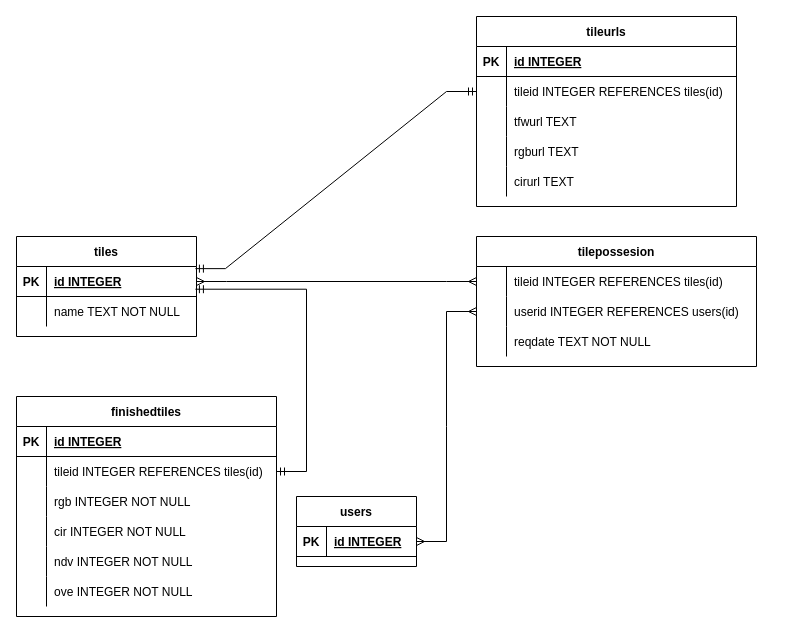
The draw.io diagram database/schema.drawio in KrisjanisP/lata-skolas-2021-viridis, before the edit. Source tidied: cells renumbered, new cells numbered last; positions are measured from the earlier drawing's top-left corner, leaving out a move shared by most shapes. Both pictures are drawn from the tidied source at 100%, with x=0, y=0 at pixel (16, 16).
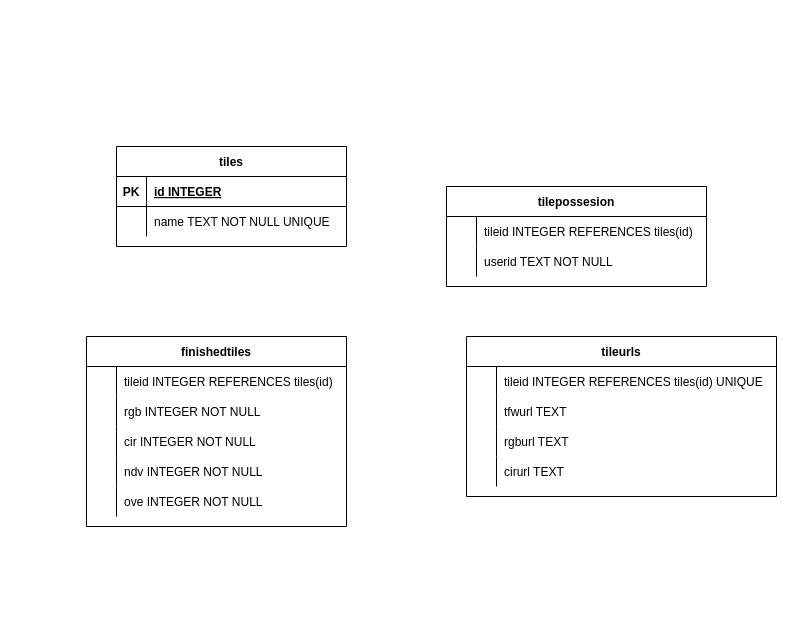
After the change.

Diff of the diagram source:
```diff
@@
     <mxCell id="4" value="tiles" style="shape=table;startSize=30;childLayout=tableLayout;rowLines=0;fontStyle=1;align=center;" parent="1" vertex="1">
-      <mxGeometry y="220" width="180" height="100" as="geometry" />
+      <mxGeometry x="100" y="130" width="230" height="100" as="geometry" />
     </mxCell>
-    <mxCell id="5" style="shape=partialRectangle;fillColor=none;points=[[0,0.5],[1,0.5]];portConstraint=eastwest;top=0;left=0;right=0;bottom=1;" parent="4" vertex="1">
-      <mxGeometry y="30" width="180" height="30" as="geometry" />
-    </mxCell>
-    <mxCell id="6" value="PK" style="shape=partialRectangle;overflow=hidden;fillColor=none;top=0;left=0;bottom=0;right=0;fontStyle=1;" parent="5" vertex="1">
-      <mxGeometry width="30" height="30" as="geometry" />
-    </mxCell>
-    <mxCell id="7" value="id INTEGER " style="shape=partialRectangle;overflow=hidden;fillColor=none;top=0;left=0;bottom=0;right=0;align=left;spacingLeft=6;fontStyle=5;" parent="5" vertex="1">
-      <mxGeometry x="30" width="150" height="30" as="geometry" />
-    </mxCell>
-    <mxCell id="8" style="shape=partialRectangle;fillColor=none;top=0;left=0;right=0;bottom=0;" parent="4" vertex="1">
-      <mxGeometry y="60" width="180" height="30" as="geometry" />
-    </mxCell>
-    <mxCell id="9" style="shape=partialRectangle;overflow=hidden;fillColor=none;top=0;left=0;bottom=0;right=0;" parent="8" vertex="1">
-      <mxGeometry width="30" height="30" as="geometry" />
-    </mxCell>
-    <mxCell id="10" value="name TEXT NOT NULL" style="shape=partialRectangle;overflow=hidden;fillColor=none;top=0;left=0;bottom=0;right=0;align=left;spacingLeft=6;" parent="8" vertex="1">
-      <mxGeometry x="30" width="150" height="30" as="geometry" />
-    </mxCell>
-    <mxCell id="11" value="users" style="shape=table;startSize=30;childLayout=tableLayout;rowLines=0;fontStyle=1;align=center;" parent="1" vertex="1">
-      <mxGeometry x="280" y="480" width="120" height="70" as="geometry" />
-    </mxCell>
-    <mxCell id="12" style="shape=partialRectangle;fillColor=none;points=[[0,0.5],[1,0.5]];portConstraint=eastwest;top=0;left=0;right=0;bottom=1;" parent="11" vertex="1">
-      <mxGeometry y="30" width="120" height="30" as="geometry" />
-    </mxCell>
-    <mxCell id="13" value="PK" style="shape=partialRectangle;overflow=hidden;fillColor=none;top=0;left=0;bottom=0;right=0;fontStyle=1;" parent="12" vertex="1">
-      <mxGeometry width="30" height="30" as="geometry" />
-    </mxCell>
-    <mxCell id="14" value="id INTEGER" style="shape=partialRectangle;overflow=hidden;fillColor=none;top=0;left=0;bottom=0;right=0;align=left;spacingLeft=6;fontStyle=5;" parent="12" vertex="1">
-      <mxGeometry x="30" width="90" height="30" as="geometry" />
-    </mxCell>
+    <mxCell id="64" style="shape=partialRectangle;fillColor=none;top=0;left=0;right=0;bottom=1;" parent="4" vertex="1">
+      <mxGeometry y="30" width="230" height="30" as="geometry" />
+    </mxCell>
+    <mxCell id="65" value="PK" style="shape=partialRectangle;overflow=hidden;fillColor=none;top=0;left=0;bottom=0;right=0;fontStyle=1;" parent="64" vertex="1">
+      <mxGeometry width="30" height="30" as="geometry" />
+    </mxCell>
+    <mxCell id="66" value="id INTEGER " style="shape=partialRectangle;overflow=hidden;fillColor=none;top=0;left=0;bottom=0;right=0;align=left;spacingLeft=6;fontStyle=5;" parent="64" vertex="1">
+      <mxGeometry x="30" width="200" height="30" as="geometry" />
+    </mxCell>
+    <mxCell id="67" style="shape=partialRectangle;fillColor=none;top=0;left=0;right=0;bottom=0;" parent="4" vertex="1">
+      <mxGeometry y="60" width="230" height="30" as="geometry" />
+    </mxCell>
+    <mxCell id="68" style="shape=partialRectangle;overflow=hidden;fillColor=none;top=0;left=0;bottom=0;right=0;" parent="67" vertex="1">
+      <mxGeometry width="30" height="30" as="geometry" />
+    </mxCell>
+    <mxCell id="69" value="name TEXT NOT NULL UNIQUE" style="shape=partialRectangle;overflow=hidden;fillColor=none;top=0;left=0;bottom=0;right=0;align=left;spacingLeft=6;" parent="67" vertex="1">
+      <mxGeometry x="30" width="200" height="30" as="geometry" />
+    </mxCell>
     <mxCell id="15" value="finishedtiles" style="shape=table;startSize=30;childLayout=tableLayout;rowLines=0;fontStyle=1;align=center;" parent="1" vertex="1">
-      <mxGeometry y="380" width="260" height="220" as="geometry" />
+      <mxGeometry x="70" y="320" width="260" height="190" as="geometry" />
     </mxCell>
-    <mxCell id="16" style="shape=partialRectangle;fillColor=none;top=0;left=0;right=0;bottom=1;" parent="15" vertex="1">
-      <mxGeometry y="30" width="260" height="30" as="geometry" />
-    </mxCell>
-    <mxCell id="17" value="PK" style="shape=partialRectangle;overflow=hidden;fillColor=none;top=0;left=0;bottom=0;right=0;fontStyle=1;" parent="16" vertex="1">
-      <mxGeometry width="30" height="30" as="geometry" />
-    </mxCell>
-    <mxCell id="18" value="id INTEGER " style="shape=partialRectangle;overflow=hidden;fillColor=none;top=0;left=0;bottom=0;right=0;align=left;spacingLeft=6;fontStyle=5;" parent="16" vertex="1">
-      <mxGeometry x="30" width="230" height="30" as="geometry" />
-    </mxCell>
-    <mxCell id="19" style="shape=partialRectangle;fillColor=none;points=[[0,0.5],[1,0.5]];portConstraint=eastwest;top=0;left=0;right=0;bottom=0;" parent="15" vertex="1">
-      <mxGeometry y="60" width="260" height="30" as="geometry" />
-    </mxCell>
-    <mxCell id="20" style="shape=partialRectangle;overflow=hidden;fillColor=none;top=0;left=0;bottom=0;right=0;" parent="19" vertex="1">
-      <mxGeometry width="30" height="30" as="geometry" />
-    </mxCell>
-    <mxCell id="21" value="tileid INTEGER REFERENCES tiles(id)" style="shape=partialRectangle;overflow=hidden;fillColor=none;top=0;left=0;bottom=0;right=0;align=left;spacingLeft=6;" parent="19" vertex="1">
-      <mxGeometry x="30" width="230" height="30" as="geometry" />
-    </mxCell>
-    <mxCell id="22" style="shape=partialRectangle;fillColor=none;top=0;left=0;right=0;bottom=0;" parent="15" vertex="1">
-      <mxGeometry y="90" width="260" height="30" as="geometry" />
-    </mxCell>
-    <mxCell id="23" style="shape=partialRectangle;overflow=hidden;fillColor=none;top=0;left=0;bottom=0;right=0;" parent="22" vertex="1">
-      <mxGeometry width="30" height="30" as="geometry" />
-    </mxCell>
+    <mxCell id="70" style="shape=partialRectangle;fillColor=none;top=0;left=0;right=0;bottom=0;" parent="15" vertex="1">
+      <mxGeometry y="30" width="260" height="30" as="geometry" />
+    </mxCell>
+    <mxCell id="71" style="shape=partialRectangle;overflow=hidden;fillColor=none;top=0;left=0;bottom=0;right=0;" parent="70" vertex="1">
+      <mxGeometry width="30" height="30" as="geometry" />
+    </mxCell>
+    <mxCell id="72" value="tileid INTEGER REFERENCES tiles(id)" style="shape=partialRectangle;overflow=hidden;fillColor=none;top=0;left=0;bottom=0;right=0;align=left;spacingLeft=6;" parent="70" vertex="1">
+      <mxGeometry x="30" width="230" height="30" as="geometry" />
+    </mxCell>
+    <mxCell id="73" style="shape=partialRectangle;fillColor=none;top=0;left=0;right=0;bottom=0;" parent="15" vertex="1">
+      <mxGeometry y="60" width="260" height="30" as="geometry" />
+    </mxCell>
+    <mxCell id="74" style="shape=partialRectangle;overflow=hidden;fillColor=none;top=0;left=0;bottom=0;right=0;" parent="73" vertex="1">
+      <mxGeometry width="30" height="30" as="geometry" />
+    </mxCell>
-    <mxCell id="24" value="rgb INTEGER NOT NULL" style="shape=partialRectangle;overflow=hidden;fillColor=none;top=0;left=0;bottom=0;right=0;align=left;spacingLeft=6;" parent="22" vertex="1">
+    <mxCell id="24" value="rgb INTEGER NOT NULL" style="shape=partialRectangle;overflow=hidden;fillColor=none;top=0;left=0;bottom=0;right=0;align=left;spacingLeft=6;" parent="73" vertex="1">
       <mxGeometry x="30" width="230" height="30" as="geometry" />
     </mxCell>
-    <mxCell id="25" style="shape=partialRectangle;fillColor=none;top=0;left=0;right=0;bottom=0;" parent="15" vertex="1">
-      <mxGeometry y="120" width="260" height="30" as="geometry" />
-    </mxCell>
-    <mxCell id="26" style="shape=partialRectangle;overflow=hidden;fillColor=none;top=0;left=0;bottom=0;right=0;" parent="25" vertex="1">
-      <mxGeometry width="30" height="30" as="geometry" />
-    </mxCell>
+    <mxCell id="75" style="shape=partialRectangle;fillColor=none;top=0;left=0;right=0;bottom=0;" parent="15" vertex="1">
+      <mxGeometry y="90" width="260" height="30" as="geometry" />
+    </mxCell>
+    <mxCell id="76" style="shape=partialRectangle;overflow=hidden;fillColor=none;top=0;left=0;bottom=0;right=0;" parent="75" vertex="1">
+      <mxGeometry width="30" height="30" as="geometry" />
+    </mxCell>
-    <mxCell id="27" value="cir INTEGER NOT NULL" style="shape=partialRectangle;overflow=hidden;fillColor=none;top=0;left=0;bottom=0;right=0;align=left;spacingLeft=6;" parent="25" vertex="1">
+    <mxCell id="27" value="cir INTEGER NOT NULL" style="shape=partialRectangle;overflow=hidden;fillColor=none;top=0;left=0;bottom=0;right=0;align=left;spacingLeft=6;" parent="75" vertex="1">
       <mxGeometry x="30" width="230" height="30" as="geometry" />
     </mxCell>
-    <mxCell id="28" style="shape=partialRectangle;fillColor=none;top=0;left=0;right=0;bottom=0;" parent="15" vertex="1">
-      <mxGeometry y="150" width="260" height="30" as="geometry" />
-    </mxCell>
-    <mxCell id="29" style="shape=partialRectangle;overflow=hidden;fillColor=none;top=0;left=0;bottom=0;right=0;" parent="28" vertex="1">
-      <mxGeometry width="30" height="30" as="geometry" />
-    </mxCell>
+    <mxCell id="77" style="shape=partialRectangle;fillColor=none;top=0;left=0;right=0;bottom=0;" parent="15" vertex="1">
+      <mxGeometry y="120" width="260" height="30" as="geometry" />
+    </mxCell>
+    <mxCell id="78" style="shape=partialRectangle;overflow=hidden;fillColor=none;top=0;left=0;bottom=0;right=0;" parent="77" vertex="1">
+      <mxGeometry width="30" height="30" as="geometry" />
+    </mxCell>
-    <mxCell id="30" value="ndv INTEGER NOT NULL" style="shape=partialRectangle;overflow=hidden;fillColor=none;top=0;left=0;bottom=0;right=0;align=left;spacingLeft=6;" parent="28" vertex="1">
+    <mxCell id="30" value="ndv INTEGER NOT NULL" style="shape=partialRectangle;overflow=hidden;fillColor=none;top=0;left=0;bottom=0;right=0;align=left;spacingLeft=6;" parent="77" vertex="1">
       <mxGeometry x="30" width="230" height="30" as="geometry" />
     </mxCell>
-    <mxCell id="31" style="shape=partialRectangle;fillColor=none;top=0;left=0;right=0;bottom=0;" parent="15" vertex="1">
-      <mxGeometry y="180" width="260" height="30" as="geometry" />
-    </mxCell>
-    <mxCell id="32" style="shape=partialRectangle;overflow=hidden;fillColor=none;top=0;left=0;bottom=0;right=0;" parent="31" vertex="1">
-      <mxGeometry width="30" height="30" as="geometry" />
-    </mxCell>
+    <mxCell id="79" style="shape=partialRectangle;fillColor=none;top=0;left=0;right=0;bottom=0;" parent="15" vertex="1">
+      <mxGeometry y="150" width="260" height="30" as="geometry" />
+    </mxCell>
+    <mxCell id="80" style="shape=partialRectangle;overflow=hidden;fillColor=none;top=0;left=0;bottom=0;right=0;" parent="79" vertex="1">
+      <mxGeometry width="30" height="30" as="geometry" />
+    </mxCell>
-    <mxCell id="33" value="ove INTEGER NOT NULL" style="shape=partialRectangle;overflow=hidden;fillColor=none;top=0;left=0;bottom=0;right=0;align=left;spacingLeft=6;" parent="31" vertex="1">
+    <mxCell id="33" value="ove INTEGER NOT NULL" style="shape=partialRectangle;overflow=hidden;fillColor=none;top=0;left=0;bottom=0;right=0;align=left;spacingLeft=6;" parent="79" vertex="1">
       <mxGeometry x="30" width="230" height="30" as="geometry" />
     </mxCell>
     <mxCell id="34" value="tilepossesion" style="shape=table;startSize=30;childLayout=tableLayout;rowLines=0;fontStyle=1;align=center;" parent="1" vertex="1">
-      <mxGeometry x="460" y="220" width="280" height="130" as="geometry" />
+      <mxGeometry x="430" y="170" width="260" height="100" as="geometry" />
     </mxCell>
-    <mxCell id="35" style="shape=partialRectangle;fillColor=none;points=[[0,0.5],[1,0.5]];portConstraint=eastwest;top=0;left=0;right=0;bottom=0;" parent="34" vertex="1">
-      <mxGeometry y="30" width="280" height="30" as="geometry" />
-    </mxCell>
-    <mxCell id="36" style="shape=partialRectangle;overflow=hidden;fillColor=none;top=0;left=0;bottom=0;right=0;" parent="35" vertex="1">
-      <mxGeometry width="30" height="30" as="geometry" />
-    </mxCell>
-    <mxCell id="37" value="tileid INTEGER REFERENCES tiles(id)" style="shape=partialRectangle;overflow=hidden;fillColor=none;top=0;left=0;bottom=0;right=0;align=left;spacingLeft=6;" parent="35" vertex="1">
-      <mxGeometry x="30" width="250" height="30" as="geometry" />
-    </mxCell>
-    <mxCell id="38" style="shape=partialRectangle;fillColor=none;points=[[0,0.5],[1,0.5]];portConstraint=eastwest;top=0;left=0;right=0;bottom=0;" parent="34" vertex="1">
-      <mxGeometry y="60" width="280" height="30" as="geometry" />
-    </mxCell>
-    <mxCell id="39" style="shape=partialRectangle;overflow=hidden;fillColor=none;top=0;left=0;bottom=0;right=0;" parent="38" vertex="1">
-      <mxGeometry width="30" height="30" as="geometry" />
-    </mxCell>
-    <mxCell id="40" value="userid INTEGER REFERENCES users(id)" style="shape=partialRectangle;overflow=hidden;fillColor=none;top=0;left=0;bottom=0;right=0;align=left;spacingLeft=6;" parent="38" vertex="1">
-      <mxGeometry x="30" width="250" height="30" as="geometry" />
-    </mxCell>
-    <mxCell id="41" style="shape=partialRectangle;fillColor=none;top=0;left=0;right=0;bottom=0;" parent="34" vertex="1">
-      <mxGeometry y="90" width="280" height="30" as="geometry" />
-    </mxCell>
-    <mxCell id="42" style="shape=partialRectangle;overflow=hidden;fillColor=none;top=0;left=0;bottom=0;right=0;" parent="41" vertex="1">
-      <mxGeometry width="30" height="30" as="geometry" />
-    </mxCell>
-    <mxCell id="43" value="reqdate TEXT NOT NULL" style="shape=partialRectangle;overflow=hidden;fillColor=none;top=0;left=0;bottom=0;right=0;align=left;spacingLeft=6;" parent="41" vertex="1">
-      <mxGeometry x="30" width="250" height="30" as="geometry" />
-    </mxCell>
+    <mxCell id="81" style="shape=partialRectangle;fillColor=none;top=0;left=0;right=0;bottom=0;" parent="34" vertex="1">
+      <mxGeometry y="30" width="260" height="30" as="geometry" />
+    </mxCell>
+    <mxCell id="82" style="shape=partialRectangle;overflow=hidden;fillColor=none;top=0;left=0;bottom=0;right=0;" parent="81" vertex="1">
+      <mxGeometry width="30" height="30" as="geometry" />
+    </mxCell>
+    <mxCell id="83" value="tileid INTEGER REFERENCES tiles(id)" style="shape=partialRectangle;overflow=hidden;fillColor=none;top=0;left=0;bottom=0;right=0;align=left;spacingLeft=6;" parent="81" vertex="1">
+      <mxGeometry x="30" width="230" height="30" as="geometry" />
+    </mxCell>
+    <mxCell id="84" style="shape=partialRectangle;fillColor=none;top=0;left=0;right=0;bottom=0;" parent="34" vertex="1">
+      <mxGeometry y="60" width="260" height="30" as="geometry" />
+    </mxCell>
+    <mxCell id="85" style="shape=partialRectangle;overflow=hidden;fillColor=none;top=0;left=0;bottom=0;right=0;" parent="84" vertex="1">
+      <mxGeometry width="30" height="30" as="geometry" />
+    </mxCell>
+    <mxCell id="86" value="userid TEXT NOT NULL" style="shape=partialRectangle;overflow=hidden;fillColor=none;top=0;left=0;bottom=0;right=0;align=left;spacingLeft=6;" parent="84" vertex="1">
+      <mxGeometry x="30" width="230" height="30" as="geometry" />
+    </mxCell>
     <mxCell id="44" value="tileurls" style="shape=table;startSize=30;childLayout=tableLayout;rowLines=0;fontStyle=1;align=center;" parent="1" vertex="1">
-      <mxGeometry x="460" width="260" height="190" as="geometry" />
+      <mxGeometry x="450" y="320" width="310" height="160" as="geometry" />
     </mxCell>
-    <mxCell id="45" style="shape=partialRectangle;fillColor=none;top=0;left=0;right=0;bottom=1;" parent="44" vertex="1">
-      <mxGeometry y="30" width="260" height="30" as="geometry" />
-    </mxCell>
-    <mxCell id="46" value="PK" style="shape=partialRectangle;overflow=hidden;fillColor=none;top=0;left=0;bottom=0;right=0;fontStyle=1;" parent="45" vertex="1">
-      <mxGeometry width="30" height="30" as="geometry" />
-    </mxCell>
-    <mxCell id="47" value="id INTEGER " style="shape=partialRectangle;overflow=hidden;fillColor=none;top=0;left=0;bottom=0;right=0;align=left;spacingLeft=6;fontStyle=5;" parent="45" vertex="1">
-      <mxGeometry x="30" width="230" height="30" as="geometry" />
-    </mxCell>
-    <mxCell id="48" style="shape=partialRectangle;fillColor=none;points=[[0,0.5],[1,0.5]];portConstraint=eastwest;top=0;left=0;right=0;bottom=0;" parent="44" vertex="1">
-      <mxGeometry y="60" width="260" height="30" as="geometry" />
-    </mxCell>
-    <mxCell id="49" style="shape=partialRectangle;overflow=hidden;fillColor=none;top=0;left=0;bottom=0;right=0;" parent="48" vertex="1">
-      <mxGeometry width="30" height="30" as="geometry" />
-    </mxCell>
-    <mxCell id="50" value="tileid INTEGER REFERENCES tiles(id)" style="shape=partialRectangle;overflow=hidden;fillColor=none;top=0;left=0;bottom=0;right=0;align=left;spacingLeft=6;" parent="48" vertex="1">
-      <mxGeometry x="30" width="230" height="30" as="geometry" />
-    </mxCell>
-    <mxCell id="51" style="shape=partialRectangle;fillColor=none;top=0;left=0;right=0;bottom=0;" parent="44" vertex="1">
-      <mxGeometry y="90" width="260" height="30" as="geometry" />
-    </mxCell>
-    <mxCell id="52" style="shape=partialRectangle;overflow=hidden;fillColor=none;top=0;left=0;bottom=0;right=0;" parent="51" vertex="1">
-      <mxGeometry width="30" height="30" as="geometry" />
-    </mxCell>
+    <mxCell id="87" style="shape=partialRectangle;fillColor=none;top=0;left=0;right=0;bottom=0;" parent="44" vertex="1">
+      <mxGeometry y="30" width="310" height="30" as="geometry" />
+    </mxCell>
+    <mxCell id="88" style="shape=partialRectangle;overflow=hidden;fillColor=none;top=0;left=0;bottom=0;right=0;" parent="87" vertex="1">
+      <mxGeometry width="30" height="30" as="geometry" />
+    </mxCell>
+    <mxCell id="89" value="tileid INTEGER REFERENCES tiles(id) UNIQUE" style="shape=partialRectangle;overflow=hidden;fillColor=none;top=0;left=0;bottom=0;right=0;align=left;spacingLeft=6;" parent="87" vertex="1">
+      <mxGeometry x="30" width="280" height="30" as="geometry" />
+    </mxCell>
+    <mxCell id="90" style="shape=partialRectangle;fillColor=none;top=0;left=0;right=0;bottom=0;" parent="44" vertex="1">
+      <mxGeometry y="60" width="310" height="30" as="geometry" />
+    </mxCell>
+    <mxCell id="91" style="shape=partialRectangle;overflow=hidden;fillColor=none;top=0;left=0;bottom=0;right=0;" parent="90" vertex="1">
+      <mxGeometry width="30" height="30" as="geometry" />
+    </mxCell>
-    <mxCell id="53" value="tfwurl TEXT" style="shape=partialRectangle;overflow=hidden;fillColor=none;top=0;left=0;bottom=0;right=0;align=left;spacingLeft=6;" parent="51" vertex="1">
-      <mxGeometry x="30" width="230" height="30" as="geometry" />
+    <mxCell id="53" value="tfwurl TEXT" style="shape=partialRectangle;overflow=hidden;fillColor=none;top=0;left=0;bottom=0;right=0;align=left;spacingLeft=6;" parent="90" vertex="1">
+      <mxGeometry x="30" width="280" height="30" as="geometry" />
     </mxCell>
-    <mxCell id="54" style="shape=partialRectangle;fillColor=none;top=0;left=0;right=0;bottom=0;" parent="44" vertex="1">
-      <mxGeometry y="120" width="260" height="30" as="geometry" />
-    </mxCell>
-    <mxCell id="55" style="shape=partialRectangle;overflow=hidden;fillColor=none;top=0;left=0;bottom=0;right=0;" parent="54" vertex="1">
-      <mxGeometry width="30" height="30" as="geometry" />
-    </mxCell>
+    <mxCell id="92" style="shape=partialRectangle;fillColor=none;top=0;left=0;right=0;bottom=0;" parent="44" vertex="1">
+      <mxGeometry y="90" width="310" height="30" as="geometry" />
+    </mxCell>
+    <mxCell id="93" style="shape=partialRectangle;overflow=hidden;fillColor=none;top=0;left=0;bottom=0;right=0;" parent="92" vertex="1">
+      <mxGeometry width="30" height="30" as="geometry" />
+    </mxCell>
-    <mxCell id="56" value="rgburl TEXT" style="shape=partialRectangle;overflow=hidden;fillColor=none;top=0;left=0;bottom=0;right=0;align=left;spacingLeft=6;" parent="54" vertex="1">
-      <mxGeometry x="30" width="230" height="30" as="geometry" />
+    <mxCell id="56" value="rgburl TEXT" style="shape=partialRectangle;overflow=hidden;fillColor=none;top=0;left=0;bottom=0;right=0;align=left;spacingLeft=6;" parent="92" vertex="1">
+      <mxGeometry x="30" width="280" height="30" as="geometry" />
     </mxCell>
-    <mxCell id="57" style="shape=partialRectangle;fillColor=none;top=0;left=0;right=0;bottom=0;" parent="44" vertex="1">
-      <mxGeometry y="150" width="260" height="30" as="geometry" />
-    </mxCell>
-    <mxCell id="58" style="shape=partialRectangle;overflow=hidden;fillColor=none;top=0;left=0;bottom=0;right=0;" parent="57" vertex="1">
-      <mxGeometry width="30" height="30" as="geometry" />
-    </mxCell>
+    <mxCell id="94" style="shape=partialRectangle;fillColor=none;top=0;left=0;right=0;bottom=0;" parent="44" vertex="1">
+      <mxGeometry y="120" width="310" height="30" as="geometry" />
+    </mxCell>
+    <mxCell id="95" style="shape=partialRectangle;overflow=hidden;fillColor=none;top=0;left=0;bottom=0;right=0;" parent="94" vertex="1">
+      <mxGeometry width="30" height="30" as="geometry" />
+    </mxCell>
-    <mxCell id="59" value="cirurl TEXT" style="shape=partialRectangle;overflow=hidden;fillColor=none;top=0;left=0;bottom=0;right=0;align=left;spacingLeft=6;" parent="57" vertex="1">
-      <mxGeometry x="30" width="230" height="30" as="geometry" />
+    <mxCell id="59" value="cirurl TEXT" style="shape=partialRectangle;overflow=hidden;fillColor=none;top=0;left=0;bottom=0;right=0;align=left;spacingLeft=6;" parent="94" vertex="1">
+      <mxGeometry x="30" width="280" height="30" as="geometry" />
     </mxCell>
-    <mxCell id="60" style="edgeStyle=entityRelationEdgeStyle;fontSize=12;html=1;endArrow=ERmandOne;startArrow=ERmandOne;rounded=0;entryX=0;entryY=0.5;entryDx=0;entryDy=0;exitX=0.994;exitY=0.071;exitDx=0;exitDy=0;exitPerimeter=0;" parent="1" edge="1" source="5" target="48">
-      <mxGeometry relative="1" as="geometry" />
-    </mxCell>
-    <mxCell id="61" style="edgeStyle=entityRelationEdgeStyle;fontSize=12;html=1;endArrow=ERmany;startArrow=ERmany;rounded=0;exitX=1;exitY=0.5;exitDx=0;exitDy=0;entryX=0;entryY=0.5;entryDx=0;entryDy=0;" parent="1" edge="1" source="12" target="38">
-      <mxGeometry relative="1" as="geometry" />
-    </mxCell>
-    <mxCell id="62" style="edgeStyle=entityRelationEdgeStyle;fontSize=12;html=1;endArrow=ERmany;startArrow=ERmany;rounded=0;entryX=0;entryY=0.5;entryDx=0;entryDy=0;exitX=1;exitY=0.5;exitDx=0;exitDy=0;" parent="1" edge="1" source="5" target="35">
-      <mxGeometry relative="1" as="geometry" />
-    </mxCell>
-    <mxCell id="63" style="edgeStyle=entityRelationEdgeStyle;fontSize=12;html=1;endArrow=ERmandOne;startArrow=ERmandOne;rounded=0;entryX=0.994;entryY=0.757;entryDx=0;entryDy=0;entryPerimeter=0;" parent="1" edge="1" source="19" target="5">
-      <mxGeometry relative="1" as="geometry" />
-    </mxCell>
```
